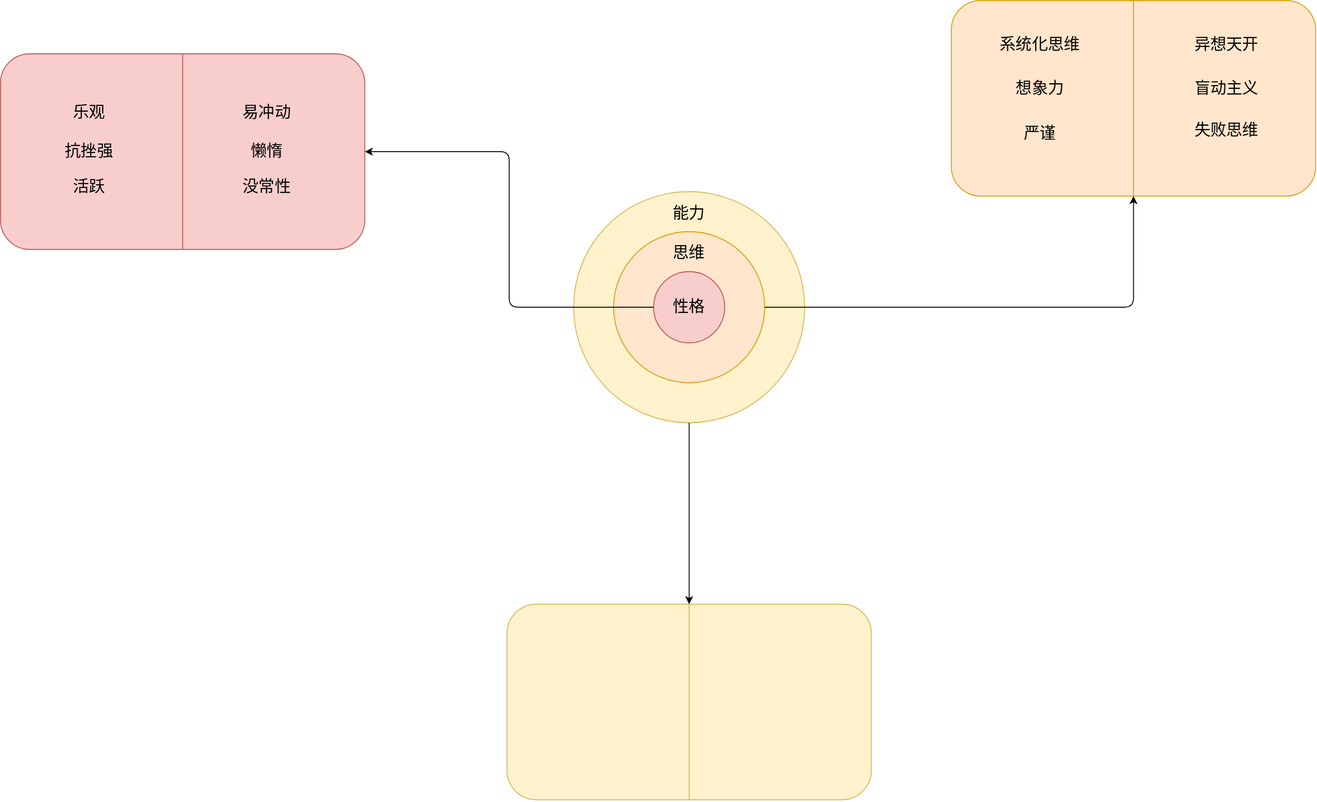
109km/learn-sicp-by-exersices keeps this draw.io diagram as pics/self-analysis.drawio.svg. Above is the earlier version. Source tidied: cells renumbered, new cells last; positions are measured from the earlier drawing's top-left corner, leaving out a move shared by most shapes.
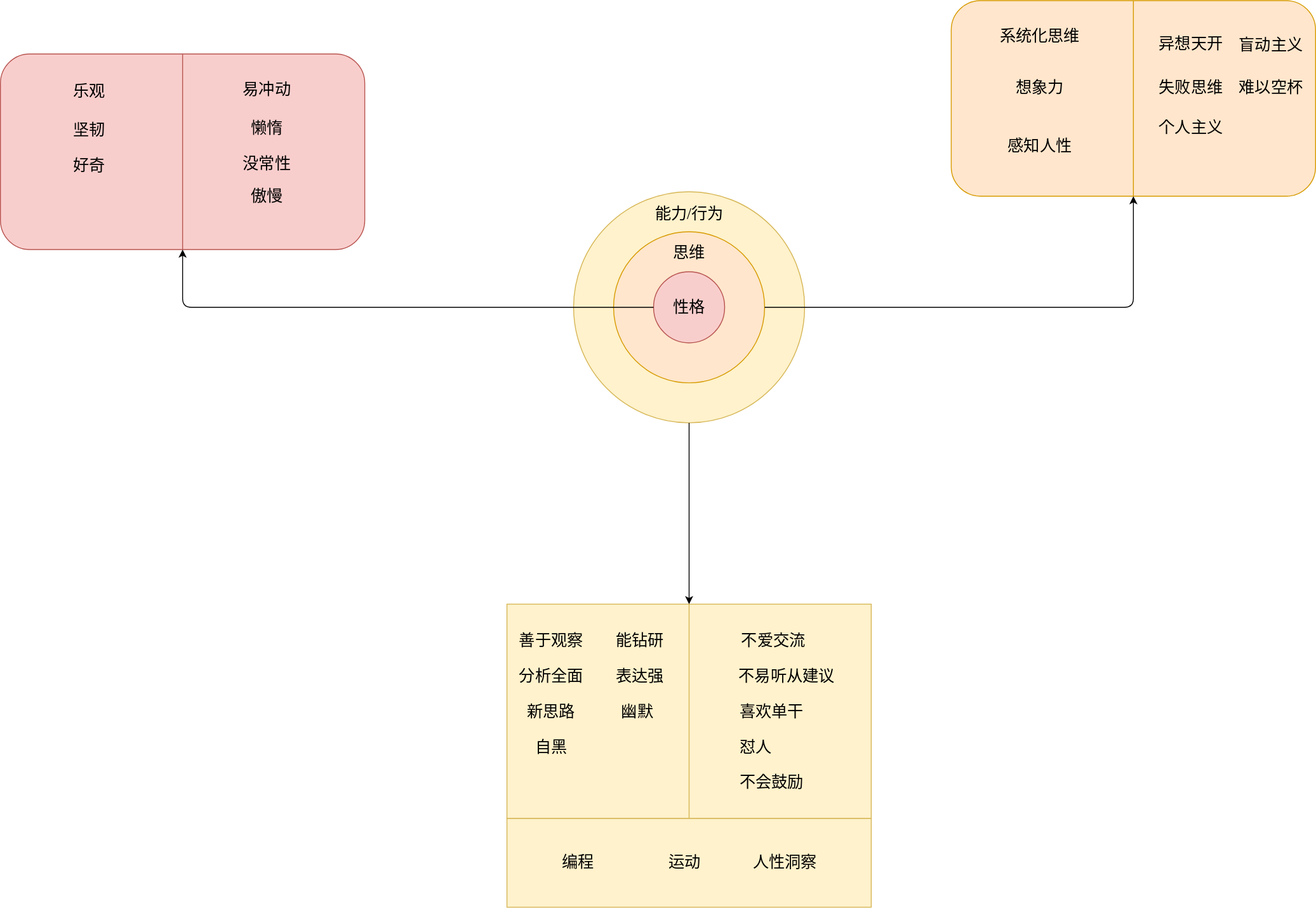
The same diagram one commit later.

What changed in the source:
```diff
@@ -2,14 +2,17 @@
   <root>
     <mxCell id="0" />
     <mxCell id="1" parent="0" />
+    <mxCell id="31" style="rounded=0;whiteSpace=wrap;html=1;fontFamily=Verdana;fontSize=18;fillColor=#fff2cc;strokeColor=#d6b656;" parent="1" vertex="1">
+      <mxGeometry x="570" y="920" width="410" height="100" as="geometry" />
+    </mxCell>
     <mxCell id="2" style="group;" parent="1" vertex="1">
       <mxGeometry x="640" y="210" width="270" height="270" as="geometry" />
     </mxCell>
     <mxCell id="3" style="ellipse;whiteSpace=wrap;html=1;fillColor=#fff2cc;strokeColor=#d6b656;" parent="2" vertex="1">
       <mxGeometry x="5" y="5" width="260" height="260" as="geometry" />
     </mxCell>
-    <mxCell id="4" value="能力" style="text;html=1;strokeColor=none;fillColor=none;align=center;verticalAlign=middle;whiteSpace=wrap;rounded=0;fontFamily=Verdana;fontSize=18;" parent="2" vertex="1">
-      <mxGeometry x="115" y="20" width="40" height="20" as="geometry" />
+    <mxCell id="4" value="能力/行为" style="text;html=1;strokeColor=none;fillColor=none;align=center;verticalAlign=middle;whiteSpace=wrap;rounded=0;fontFamily=Verdana;fontSize=18;" parent="2" vertex="1">
+      <mxGeometry x="87.5" y="20" width="95" height="20" as="geometry" />
     </mxCell>
     <mxCell id="5" style="group;" parent="2" vertex="1">
       <mxGeometry x="50" y="50" width="170" height="170" as="geometry" />
@@ -32,25 +35,27 @@
       </mxGeometry>
     </mxCell>
     <mxCell id="11" value="想象力" style="text;html=1;strokeColor=none;fillColor=none;align=center;verticalAlign=middle;whiteSpace=wrap;rounded=0;fontFamily=Verdana;fontSize=18;" parent="1" vertex="1">
-      <mxGeometry x="1120" y="89" width="100" height="20" as="geometry" />
+      <mxGeometry x="1120" y="88" width="100" height="20" as="geometry" />
     </mxCell>
     <mxCell id="12" value="系统化思维" style="text;html=1;strokeColor=none;fillColor=none;align=center;verticalAlign=middle;whiteSpace=wrap;rounded=0;fontFamily=Verdana;fontSize=18;" parent="1" vertex="1">
-      <mxGeometry x="1120" y="40" width="100" height="20" as="geometry" />
+      <mxGeometry x="1120" y="30" width="100" height="20" as="geometry" />
     </mxCell>
     <mxCell id="13" style="rounded=1;whiteSpace=wrap;html=1;fontFamily=Verdana;fontSize=18;fillColor=#f8cecc;strokeColor=#b85450;" parent="1" vertex="1">
       <mxGeometry y="60" width="410" height="220" as="geometry" />
     </mxCell>
-    <mxCell id="14" style="jettySize=auto;html=1;exitX=0;exitY=0.5;exitDx=0;exitDy=0;fontFamily=Verdana;fontSize=18;entryX=1;entryY=0.5;entryDx=0;entryDy=0;rounded=1;edgeStyle=orthogonalEdgeStyle;" parent="1" edge="1" source="8" target="13">
-      <mxGeometry relative="1" as="geometry" />
+    <mxCell id="14" style="jettySize=auto;html=1;exitX=0;exitY=0.5;exitDx=0;exitDy=0;fontFamily=Verdana;fontSize=18;rounded=1;edgeStyle=orthogonalEdgeStyle;" parent="1" edge="1" source="8">
+      <mxGeometry relative="1" as="geometry">
+        <mxPoint x="205" y="280" as="targetPoint" />
+      </mxGeometry>
     </mxCell>
     <mxCell id="15" value="乐观" style="text;html=1;strokeColor=none;fillColor=none;align=center;verticalAlign=middle;whiteSpace=wrap;rounded=0;fontFamily=Verdana;fontSize=18;" parent="1" vertex="1">
-      <mxGeometry x="50" y="116.2" width="100" height="20" as="geometry" />
+      <mxGeometry x="50" y="91.9" width="100" height="20" as="geometry" />
     </mxCell>
-    <mxCell id="16" value="抗挫强" style="text;html=1;strokeColor=none;fillColor=none;align=center;verticalAlign=middle;whiteSpace=wrap;rounded=0;fontFamily=Verdana;fontSize=18;" parent="1" vertex="1">
-      <mxGeometry x="50" y="160" width="100" height="20" as="geometry" />
+    <mxCell id="16" value="坚韧" style="text;html=1;strokeColor=none;fillColor=none;align=center;verticalAlign=middle;whiteSpace=wrap;rounded=0;fontFamily=Verdana;fontSize=18;" parent="1" vertex="1">
+      <mxGeometry x="50" y="135.6" width="100" height="20" as="geometry" />
     </mxCell>
     <mxCell id="17" value="易冲动" style="text;html=1;strokeColor=none;fillColor=none;align=center;verticalAlign=middle;whiteSpace=wrap;rounded=0;fontFamily=Verdana;fontSize=18;" parent="1" vertex="1">
-      <mxGeometry x="250" y="116.2" width="100" height="20" as="geometry" />
+      <mxGeometry x="250" y="90" width="100" height="20" as="geometry" />
     </mxCell>
     <mxCell id="18" style="edgeStyle=none;rounded=0;orthogonalLoop=1;jettySize=auto;html=1;exitX=0.5;exitY=0;exitDx=0;exitDy=0;entryX=0.5;entryY=1;entryDx=0;entryDy=0;fontFamily=Verdana;fontSize=18;endArrow=none;endFill=0;fillColor=#f8cecc;strokeColor=#b85450;" parent="1" edge="1" source="13" target="13">
       <mxGeometry relative="1" as="geometry" />
@@ -59,37 +64,108 @@
       <mxGeometry relative="1" as="geometry" />
     </mxCell>
     <mxCell id="20" value="异想天开" style="text;html=1;strokeColor=none;fillColor=none;align=center;verticalAlign=middle;whiteSpace=wrap;rounded=0;fontFamily=Verdana;fontSize=18;" parent="1" vertex="1">
-      <mxGeometry x="1330" y="40" width="100" height="20" as="geometry" />
+      <mxGeometry x="1290" y="39" width="100" height="20" as="geometry" />
     </mxCell>
-    <mxCell id="21" value="严谨" style="text;html=1;strokeColor=none;fillColor=none;align=center;verticalAlign=middle;whiteSpace=wrap;rounded=0;fontFamily=Verdana;fontSize=18;" parent="1" vertex="1">
-      <mxGeometry x="1120" y="140" width="100" height="20" as="geometry" />
-    </mxCell>
-    <mxCell id="22" value="活跃" style="text;html=1;strokeColor=none;fillColor=none;align=center;verticalAlign=middle;whiteSpace=wrap;rounded=0;fontFamily=Verdana;fontSize=18;" parent="1" vertex="1">
-      <mxGeometry x="50" y="200" width="100" height="20" as="geometry" />
-    </mxCell>
     <mxCell id="23" value="懒惰" style="text;html=1;strokeColor=none;fillColor=none;align=center;verticalAlign=middle;whiteSpace=wrap;rounded=0;fontFamily=Verdana;fontSize=18;" parent="1" vertex="1">
-      <mxGeometry x="250" y="160" width="100" height="20" as="geometry" />
+      <mxGeometry x="250" y="133.8" width="100" height="20" as="geometry" />
     </mxCell>
     <mxCell id="24" value="盲动主义" style="text;html=1;strokeColor=none;fillColor=none;align=center;verticalAlign=middle;whiteSpace=wrap;rounded=0;fontFamily=Verdana;fontSize=18;" parent="1" vertex="1">
-      <mxGeometry x="1330" y="89" width="100" height="20" as="geometry" />
+      <mxGeometry x="1380" y="40" width="100" height="20" as="geometry" />
     </mxCell>
     <mxCell id="25" value="没常性" style="text;html=1;strokeColor=none;fillColor=none;align=center;verticalAlign=middle;whiteSpace=wrap;rounded=0;fontFamily=Verdana;fontSize=18;" parent="1" vertex="1">
-      <mxGeometry x="250" y="200" width="100" height="20" as="geometry" />
+      <mxGeometry x="250" y="173.8" width="100" height="20" as="geometry" />
     </mxCell>
     <mxCell id="26" value="失败思维" style="text;html=1;strokeColor=none;fillColor=none;align=center;verticalAlign=middle;whiteSpace=wrap;rounded=0;fontFamily=Verdana;fontSize=18;" parent="1" vertex="1">
-      <mxGeometry x="1330" y="136.2" width="100" height="20" as="geometry" />
+      <mxGeometry x="1290" y="88" width="100" height="20" as="geometry" />
     </mxCell>
+    <mxCell id="32" style="edgeStyle=none;rounded=1;jettySize=auto;html=1;exitX=0;exitY=0.5;exitDx=0;exitDy=0;endArrow=classic;endFill=1;fontFamily=Verdana;fontSize=18;" parent="1" edge="1" source="27">
+      <mxGeometry relative="1" as="geometry">
+        <mxPoint x="780" y="789" as="targetPoint" />
+      </mxGeometry>
+    </mxCell>
-    <mxCell id="27" style="rounded=1;whiteSpace=wrap;html=1;fontFamily=Verdana;fontSize=18;fillColor=#fff2cc;strokeColor=#d6b656;" parent="1" vertex="1">
-      <mxGeometry x="570" y="679" width="410" height="220" as="geometry" />
+    <mxCell id="27" style="rounded=0;whiteSpace=wrap;html=1;fontFamily=Verdana;fontSize=18;fillColor=#fff2cc;strokeColor=#d6b656;" parent="1" vertex="1">
+      <mxGeometry x="570" y="679" width="410" height="241" as="geometry" />
     </mxCell>
     <mxCell id="28" style="rounded=1;orthogonalLoop=1;jettySize=auto;html=1;exitX=0.5;exitY=0;exitDx=0;exitDy=0;endArrow=none;endFill=0;fontFamily=Verdana;fontSize=18;" parent="1" edge="1" source="27" target="27">
       <mxGeometry relative="1" as="geometry" />
     </mxCell>
-    <mxCell id="29" style="edgeStyle=none;rounded=1;orthogonalLoop=1;jettySize=auto;html=1;exitX=0.5;exitY=0;exitDx=0;exitDy=0;entryX=0.5;entryY=1;entryDx=0;entryDy=0;endArrow=none;endFill=0;fontFamily=Verdana;fontSize=18;fillColor=#fff2cc;strokeColor=#d6b656;" parent="1" edge="1" source="27" target="27">
+    <mxCell id="29" style="rounded=1;orthogonalLoop=1;jettySize=auto;html=1;exitX=0.5;exitY=0;exitDx=0;exitDy=0;entryX=0.5;entryY=1;entryDx=0;entryDy=0;endArrow=none;endFill=0;fontFamily=Verdana;fontSize=18;fillColor=#fff2cc;strokeColor=#d6b656;jumpStyle=none;" parent="1" edge="1" source="27" target="27">
       <mxGeometry relative="1" as="geometry" />
     </mxCell>
     <mxCell id="30" style="edgeStyle=none;rounded=1;jettySize=auto;html=1;exitX=0.5;exitY=1;exitDx=0;exitDy=0;entryX=0.5;entryY=0;entryDx=0;entryDy=0;endArrow=classic;endFill=1;fontFamily=Verdana;fontSize=18;" parent="1" edge="1" source="3" target="27">
       <mxGeometry relative="1" as="geometry" />
     </mxCell>
+    <mxCell id="33" value="好奇" style="text;html=1;strokeColor=none;fillColor=none;align=center;verticalAlign=middle;whiteSpace=wrap;rounded=0;fontFamily=Verdana;fontSize=18;" parent="1" vertex="1">
+      <mxGeometry x="50" y="175.6" width="100" height="20" as="geometry" />
+    </mxCell>
+    <mxCell id="34" value="傲慢" style="text;html=1;strokeColor=none;fillColor=none;align=center;verticalAlign=middle;whiteSpace=wrap;rounded=0;fontFamily=Verdana;fontSize=18;" parent="1" vertex="1">
+      <mxGeometry x="250" y="210" width="100" height="20" as="geometry" />
+    </mxCell>
+    <mxCell id="35" value="难以空杯" style="text;html=1;strokeColor=none;fillColor=none;align=center;verticalAlign=middle;whiteSpace=wrap;rounded=0;fontFamily=Verdana;fontSize=18;" parent="1" vertex="1">
+      <mxGeometry x="1380" y="88" width="100" height="20" as="geometry" />
+    </mxCell>
+    <mxCell id="36" value="个人主义" style="text;html=1;strokeColor=none;fillColor=none;align=center;verticalAlign=middle;whiteSpace=wrap;rounded=0;fontFamily=Verdana;fontSize=18;" parent="1" vertex="1">
+      <mxGeometry x="1290" y="132.8" width="100" height="20" as="geometry" />
+    </mxCell>
+    <mxCell id="37" style="edgeStyle=none;rounded=1;orthogonalLoop=1;jettySize=auto;html=1;exitX=0.5;exitY=0;exitDx=0;exitDy=0;endArrow=classic;endFill=1;fontFamily=Verdana;fontSize=18;" parent="1" edge="1">
+      <mxGeometry relative="1" as="geometry">
+        <mxPoint x="1170" y="112.8" as="sourcePoint" />
+        <mxPoint x="1170" y="112.8" as="targetPoint" />
+      </mxGeometry>
+    </mxCell>
+    <mxCell id="38" value="善于观察" style="text;html=1;strokeColor=none;fillColor=none;align=center;verticalAlign=middle;whiteSpace=wrap;rounded=0;fontFamily=Verdana;fontSize=18;" parent="1" vertex="1">
+      <mxGeometry x="570" y="710" width="100" height="20" as="geometry" />
+    </mxCell>
+    <mxCell id="39" value="能钻研" style="text;html=1;strokeColor=none;fillColor=none;align=center;verticalAlign=middle;whiteSpace=wrap;rounded=0;fontFamily=Verdana;fontSize=18;" parent="1" vertex="1">
+      <mxGeometry x="670" y="710" width="100" height="20" as="geometry" />
+    </mxCell>
+    <mxCell id="40" value="分析全面" style="text;html=1;strokeColor=none;fillColor=none;align=center;verticalAlign=middle;whiteSpace=wrap;rounded=0;fontFamily=Verdana;fontSize=18;" parent="1" vertex="1">
+      <mxGeometry x="570" y="750" width="100" height="20" as="geometry" />
+    </mxCell>
+    <mxCell id="41" value="编程" style="text;html=1;strokeColor=none;fillColor=none;align=center;verticalAlign=middle;whiteSpace=wrap;rounded=0;fontFamily=Verdana;fontSize=18;" parent="1" vertex="1">
+      <mxGeometry x="600" y="960" width="100" height="20" as="geometry" />
+    </mxCell>
+    <mxCell id="42" value="不爱交流" style="text;html=1;strokeColor=none;fillColor=none;align=center;verticalAlign=middle;whiteSpace=wrap;rounded=0;fontFamily=Verdana;fontSize=18;" parent="1" vertex="1">
+      <mxGeometry x="820" y="710" width="100" height="20" as="geometry" />
+    </mxCell>
+    <mxCell id="43" value="表达强" style="text;html=1;strokeColor=none;fillColor=none;align=center;verticalAlign=middle;whiteSpace=wrap;rounded=0;fontFamily=Verdana;fontSize=18;" parent="1" vertex="1">
+      <mxGeometry x="670" y="750" width="100" height="20" as="geometry" />
+    </mxCell>
+    <mxCell id="44" value="感知人性" style="text;html=1;strokeColor=none;fillColor=none;align=center;verticalAlign=middle;whiteSpace=wrap;rounded=0;fontFamily=Verdana;fontSize=18;" parent="1" vertex="1">
+      <mxGeometry x="1120" y="153.8" width="100" height="20" as="geometry" />
+    </mxCell>
+    <mxCell id="45" value="不易听从建议" style="text;html=1;strokeColor=none;fillColor=none;align=center;verticalAlign=middle;whiteSpace=wrap;rounded=0;fontFamily=Verdana;fontSize=18;" parent="1" vertex="1">
+      <mxGeometry x="820" y="750" width="130" height="20" as="geometry" />
+    </mxCell>
+    <mxCell id="46" value="喜欢单干" style="text;html=1;strokeColor=none;fillColor=none;align=center;verticalAlign=middle;whiteSpace=wrap;rounded=0;fontFamily=Verdana;fontSize=18;" parent="1" vertex="1">
+      <mxGeometry x="803" y="790" width="130" height="20" as="geometry" />
+    </mxCell>
+    <mxCell id="47" style="edgeStyle=none;rounded=1;orthogonalLoop=1;jettySize=auto;html=1;exitX=0;exitY=0.5;exitDx=0;exitDy=0;endArrow=classic;endFill=1;fontFamily=Verdana;fontSize=18;" parent="1" edge="1" source="27" target="27">
+      <mxGeometry relative="1" as="geometry" />
+    </mxCell>
+    <mxCell id="48" value="新思路" style="text;html=1;strokeColor=none;fillColor=none;align=center;verticalAlign=middle;whiteSpace=wrap;rounded=0;fontFamily=Verdana;fontSize=18;" parent="1" vertex="1">
+      <mxGeometry x="570" y="790" width="100" height="20" as="geometry" />
+    </mxCell>
+    <mxCell id="49" value="运动" style="text;html=1;strokeColor=none;fillColor=none;align=center;verticalAlign=middle;whiteSpace=wrap;rounded=0;fontFamily=Verdana;fontSize=18;" parent="1" vertex="1">
+      <mxGeometry x="720" y="960" width="100" height="20" as="geometry" />
+    </mxCell>
+    <mxCell id="50" value="人性洞察" style="text;html=1;strokeColor=none;fillColor=none;align=center;verticalAlign=middle;whiteSpace=wrap;rounded=0;fontFamily=Verdana;fontSize=18;" parent="1" vertex="1">
+      <mxGeometry x="833" y="960" width="100" height="20" as="geometry" />
+    </mxCell>
+    <mxCell id="51" style="edgeStyle=none;rounded=1;jumpStyle=none;orthogonalLoop=1;jettySize=auto;html=1;exitX=0.5;exitY=1;exitDx=0;exitDy=0;endArrow=classic;endFill=1;fontFamily=Verdana;fontSize=18;" parent="1" edge="1" source="31" target="31">
+      <mxGeometry relative="1" as="geometry" />
+    </mxCell>
+    <mxCell id="52" value="怼人" style="text;html=1;strokeColor=none;fillColor=none;align=center;verticalAlign=middle;whiteSpace=wrap;rounded=0;fontFamily=Verdana;fontSize=18;" parent="1" vertex="1">
+      <mxGeometry x="785" y="830" width="130" height="20" as="geometry" />
+    </mxCell>
+    <mxCell id="53" value="不会鼓励" style="text;html=1;strokeColor=none;fillColor=none;align=center;verticalAlign=middle;whiteSpace=wrap;rounded=0;fontFamily=Verdana;fontSize=18;" parent="1" vertex="1">
+      <mxGeometry x="803" y="870" width="130" height="20" as="geometry" />
+    </mxCell>
+    <mxCell id="54" value="幽默" style="text;html=1;strokeColor=none;fillColor=none;align=center;verticalAlign=middle;whiteSpace=wrap;rounded=0;fontFamily=Verdana;fontSize=18;" parent="1" vertex="1">
+      <mxGeometry x="667" y="789.5" width="100" height="20" as="geometry" />
+    </mxCell>
+    <mxCell id="55" value="自黑" style="text;html=1;strokeColor=none;fillColor=none;align=center;verticalAlign=middle;whiteSpace=wrap;rounded=0;fontFamily=Verdana;fontSize=18;" parent="1" vertex="1">
+      <mxGeometry x="570" y="830" width="100" height="20" as="geometry" />
+    </mxCell>
   </root>
 </mxGraphModel>
```
